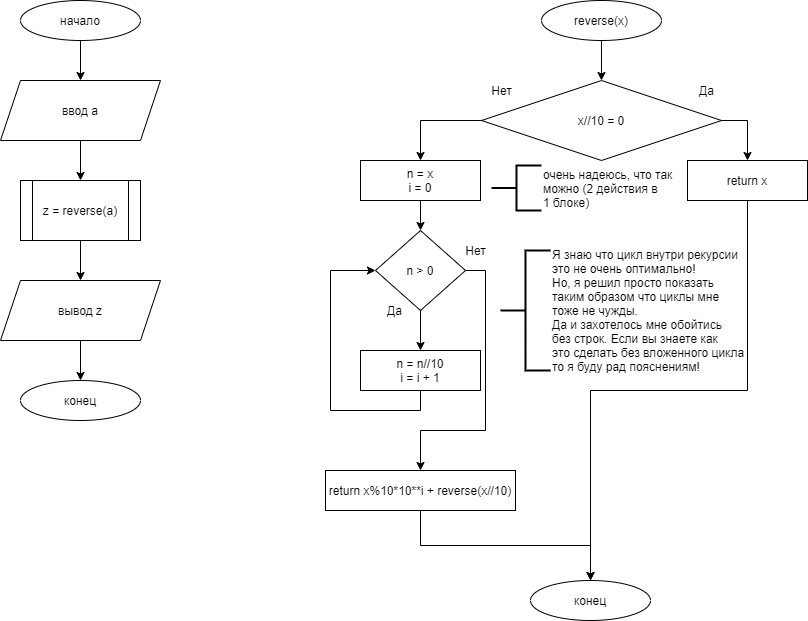
Before: homeworks/task_2.png, a diagram exported from draw.io (sgb128/python_SVKachkalda). Source tidied: cells renumbered, new cells last; positions are measured from the earlier drawing's top-left corner, leaving out a move shared by most shapes.
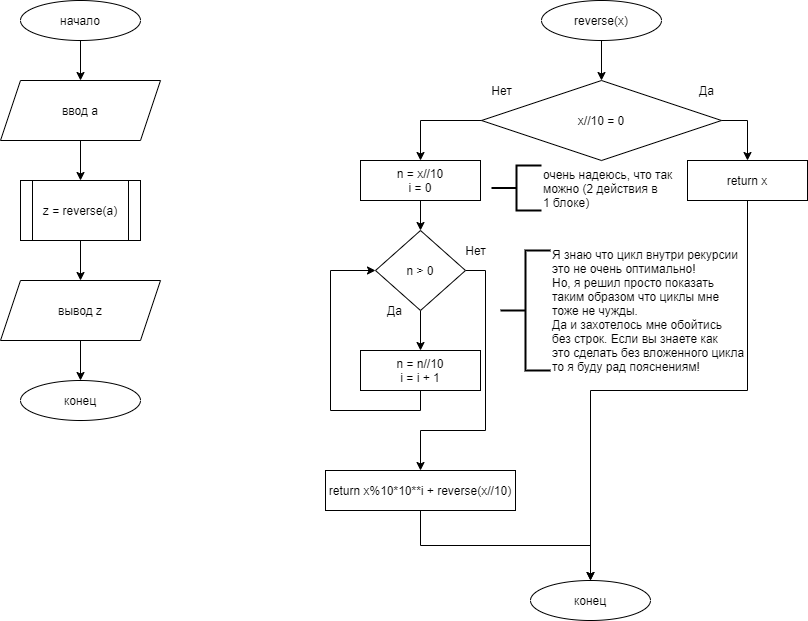
Above is the later version.

The edit, as a diff of the source:
```diff
@@ -92,7 +92,7 @@
     <mxCell id="27" style="edgeStyle=orthogonalEdgeStyle;rounded=0;jettySize=auto;html=1;exitX=0.5;exitY=1;exitDx=0;exitDy=0;entryX=0.5;entryY=0;entryDx=0;entryDy=0;" parent="1" edge="1" source="28" target="22">
       <mxGeometry relative="1" as="geometry" />
     </mxCell>
-    <mxCell id="28" value="n = x&lt;br&gt;i = 0" style="rounded=0;whiteSpace=wrap;html=1;" parent="1" vertex="1">
+    <mxCell id="28" value="n = x//10&lt;br&gt;i = 0" style="rounded=0;whiteSpace=wrap;html=1;" parent="1" vertex="1">
       <mxGeometry x="360" y="160" width="120" height="40" as="geometry" />
     </mxCell>
     <mxCell id="29" style="edgeStyle=orthogonalEdgeStyle;rounded=0;jettySize=auto;html=1;exitX=0;exitY=0.5;exitDx=0;exitDy=0;entryX=0.5;entryY=0;entryDx=0;entryDy=0;" parent="1" edge="1" source="5" target="28">
```
